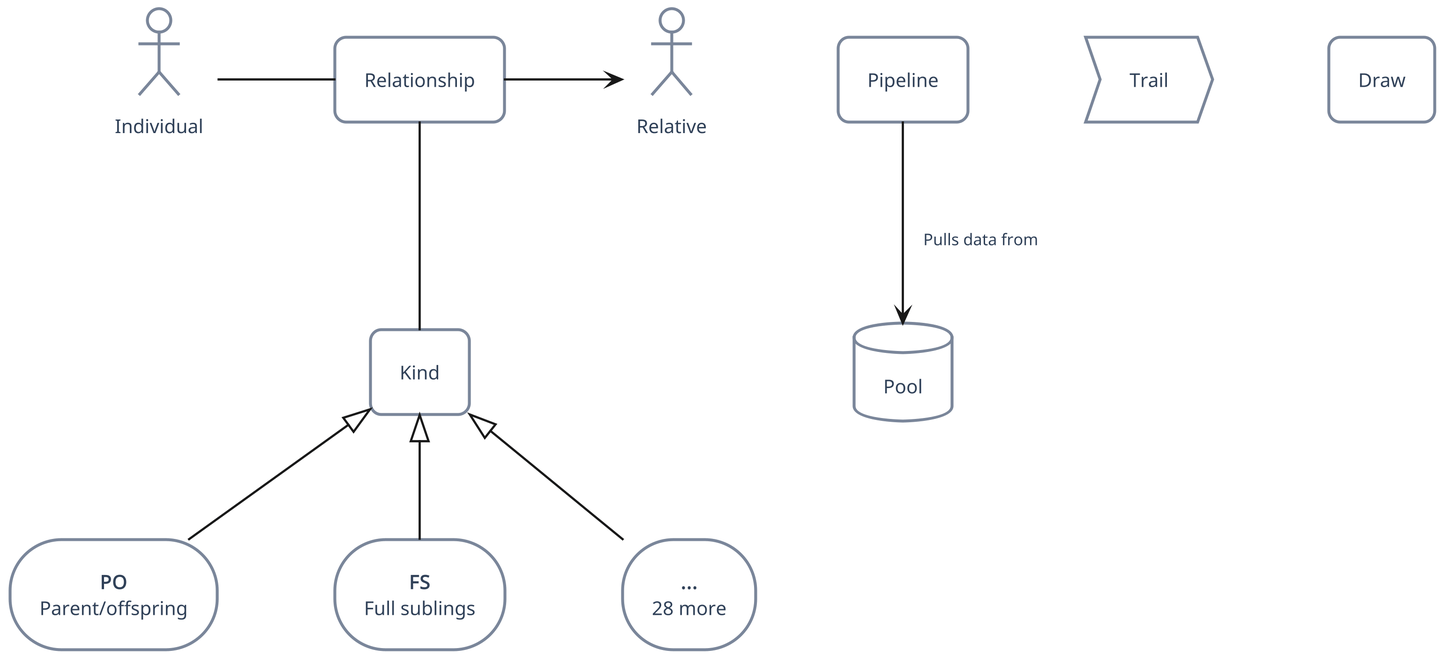
Above: guides/diagrams/pipeline-conceptual-model.png in BioPsyk/epimight (PlantUML), before the change.
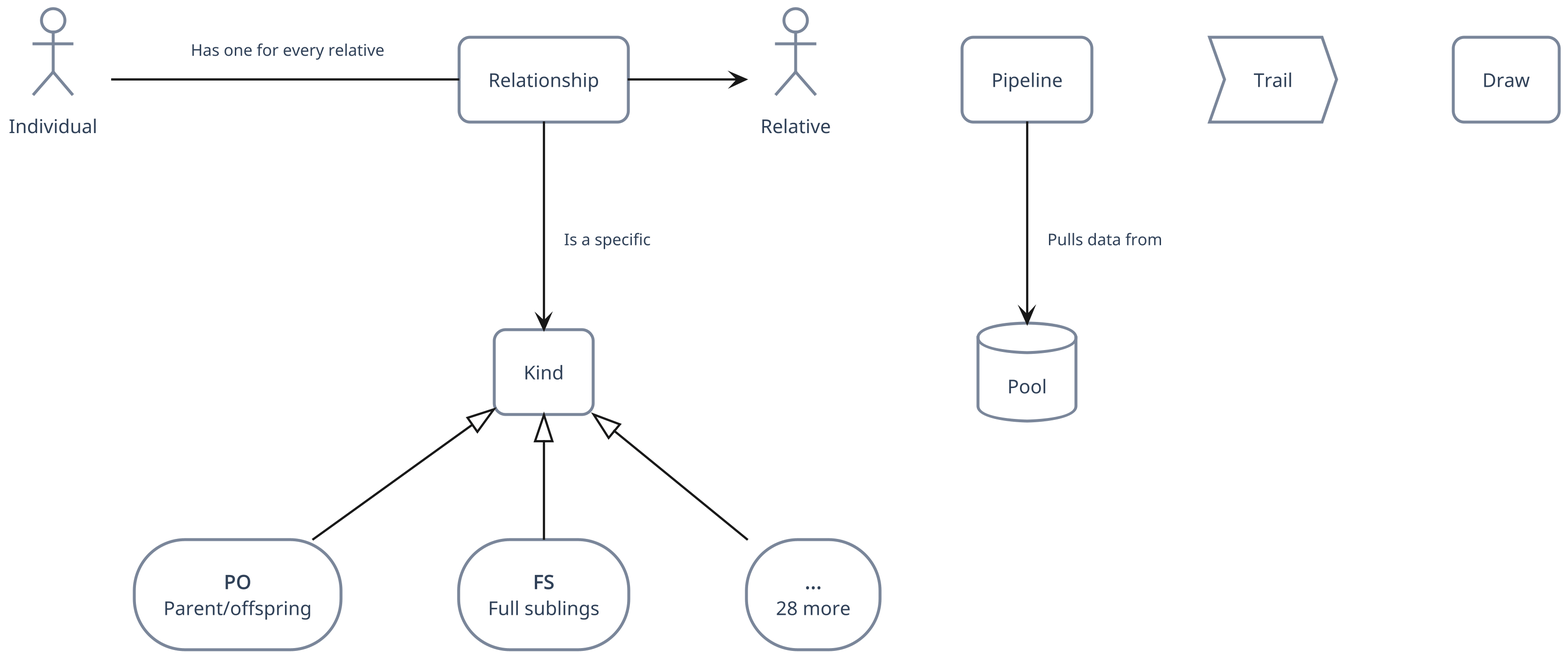
Later version of the same file.

Change to the diagram source:
```diff
@@ -18,6 +18,7 @@
 rectangle "Draw" as draw
 rectangle "Kind" as relkind
 rectangle "Relationship" as rel
+rectangle "Relationship" as rel
 actor "Relative" as relative
 actor "Individual" as ind
 storage "**PO**\nParent/offspring" as relkind_po
@@ -30,7 +31,7 @@
 relkind_fs -UP-|> relkind
 relkind_rest -UP-|> relkind
 
-ind -RIGHT- rel
+ind -RIGHT- rel : " Has one for every relative"
 rel -RIGHT-> relative
-rel -- relkind
+rel --> relkind : " Is a specific"
 @enduml
```
